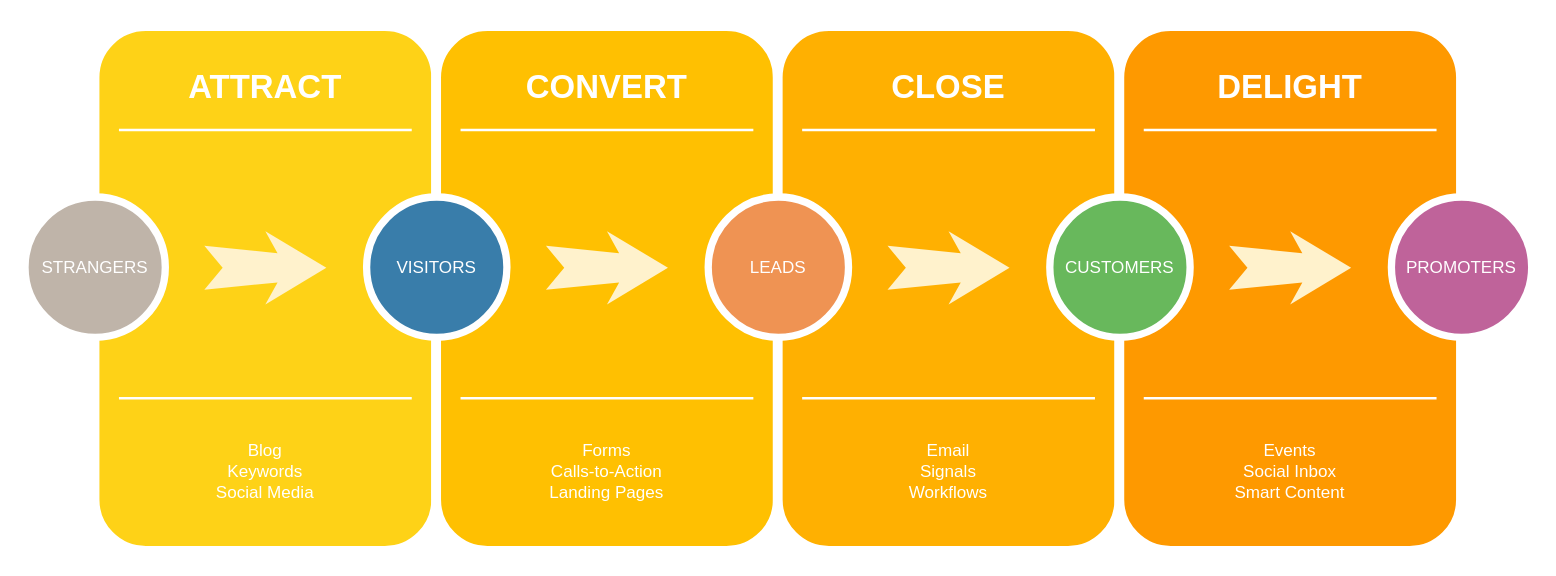
Earlier version of the draw.io diagram Untitled Diagram.drawio (billy-pilger/quickstart-drupal). Source tidied: cells renumbered, new cells numbered last; positions are measured from the earlier drawing's top-left corner, leaving out a move shared by most shapes. Both pictures are drawn from the tidied source at 122%, with x=0, y=0 at pixel (24, 26).
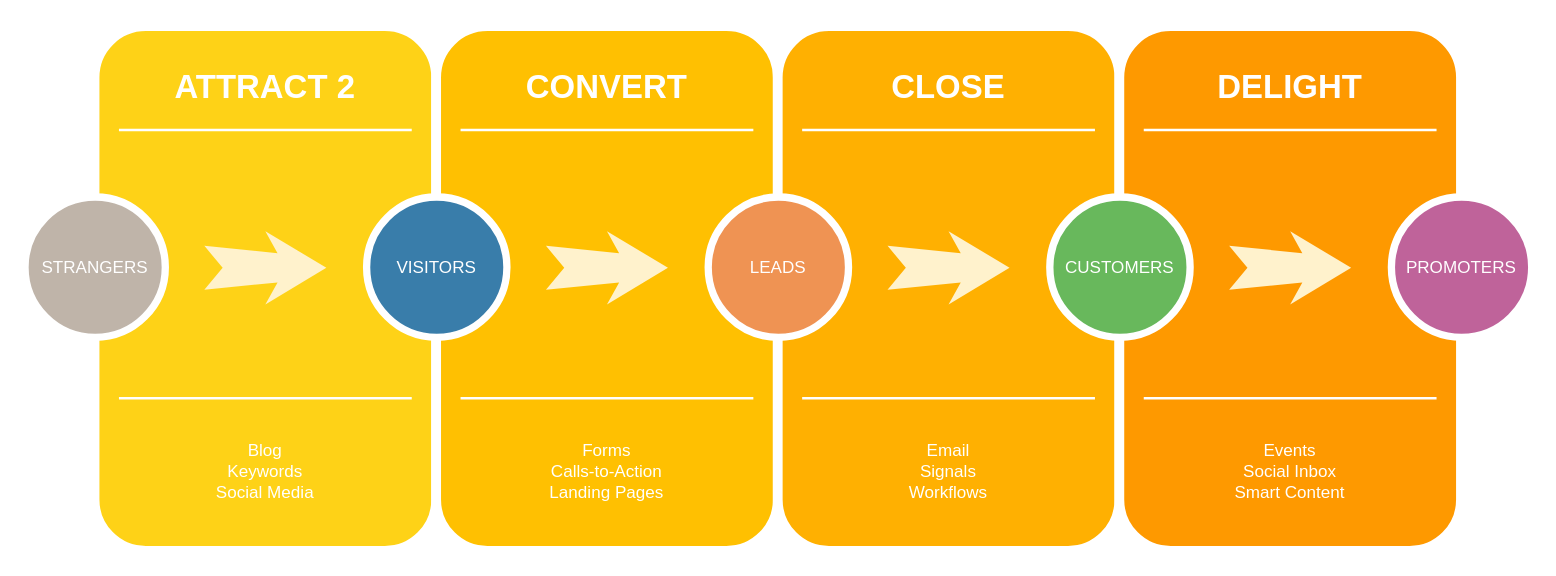
Above is the later version.

Diff of the diagram source:
```diff
@@
-    <mxCell id="3" value="ATTRACT" style="text;html=1;strokeColor=none;fillColor=none;align=center;verticalAlign=middle;whiteSpace=wrap;rounded=0;shadow=0;fontSize=27;fontColor=#FFFFFF;fontStyle=1;" parent="1" vertex="1">
+    <mxCell id="3" value="ATTRACT 2" style="text;html=1;strokeColor=none;fillColor=none;align=center;verticalAlign=middle;whiteSpace=wrap;rounded=0;shadow=0;fontSize=27;fontColor=#FFFFFF;fontStyle=1;" parent="1" vertex="1">
       <mxGeometry x="57" y="20" width="280" height="60" as="geometry" />
     </mxCell>
```
